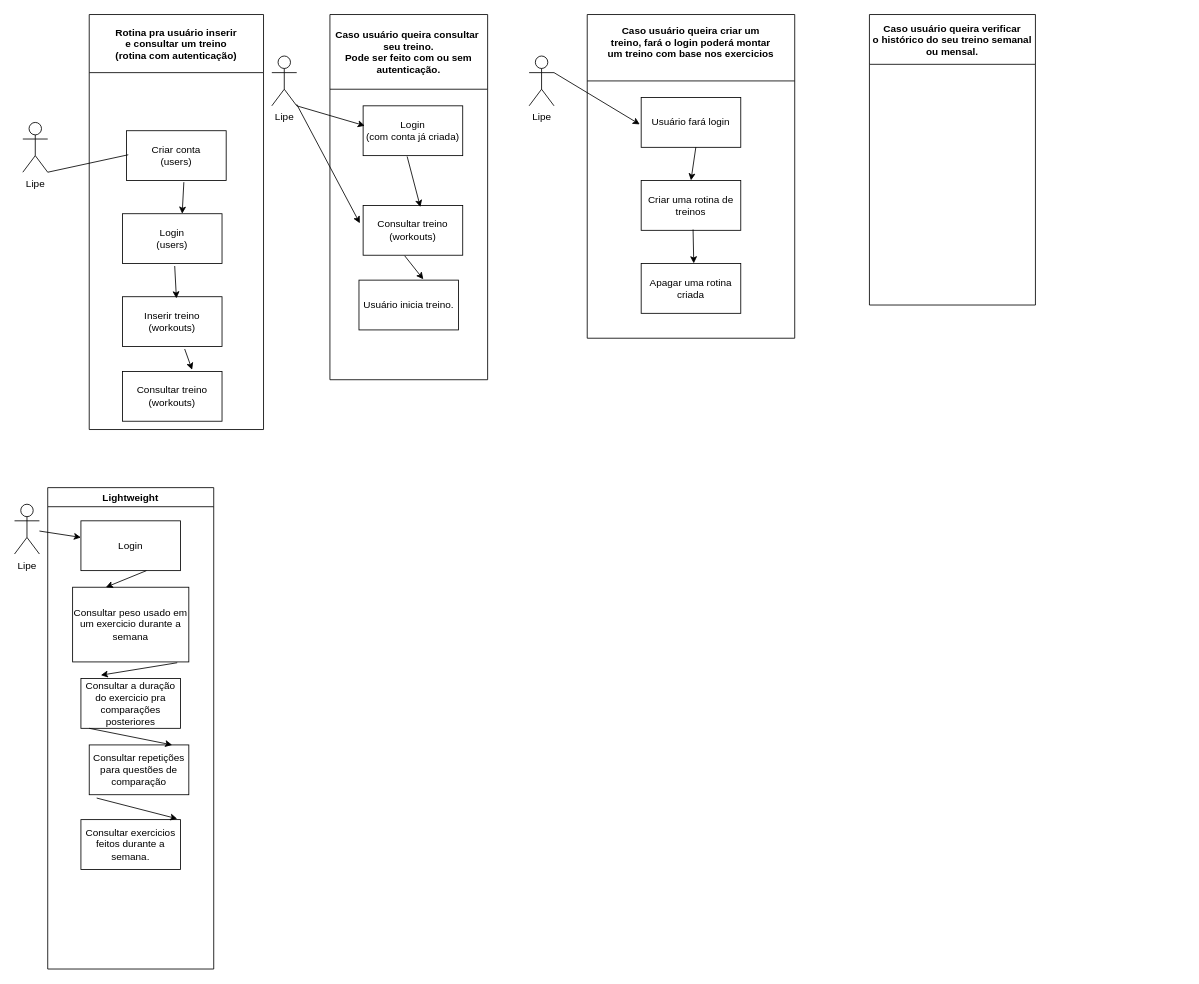
This is Docs/Database/Untitled Diagram.drawio from Guilherme-Lopes-dev/Lightweight, a draw.io file, before an edit. Source tidied: cells renumbered, new cells numbered last; positions are measured from the earlier drawing's top-left corner, leaving out a move shared by most shapes. Both pictures are drawn from the tidied source at 83%, with x=0, y=0 at pixel (14, 14).
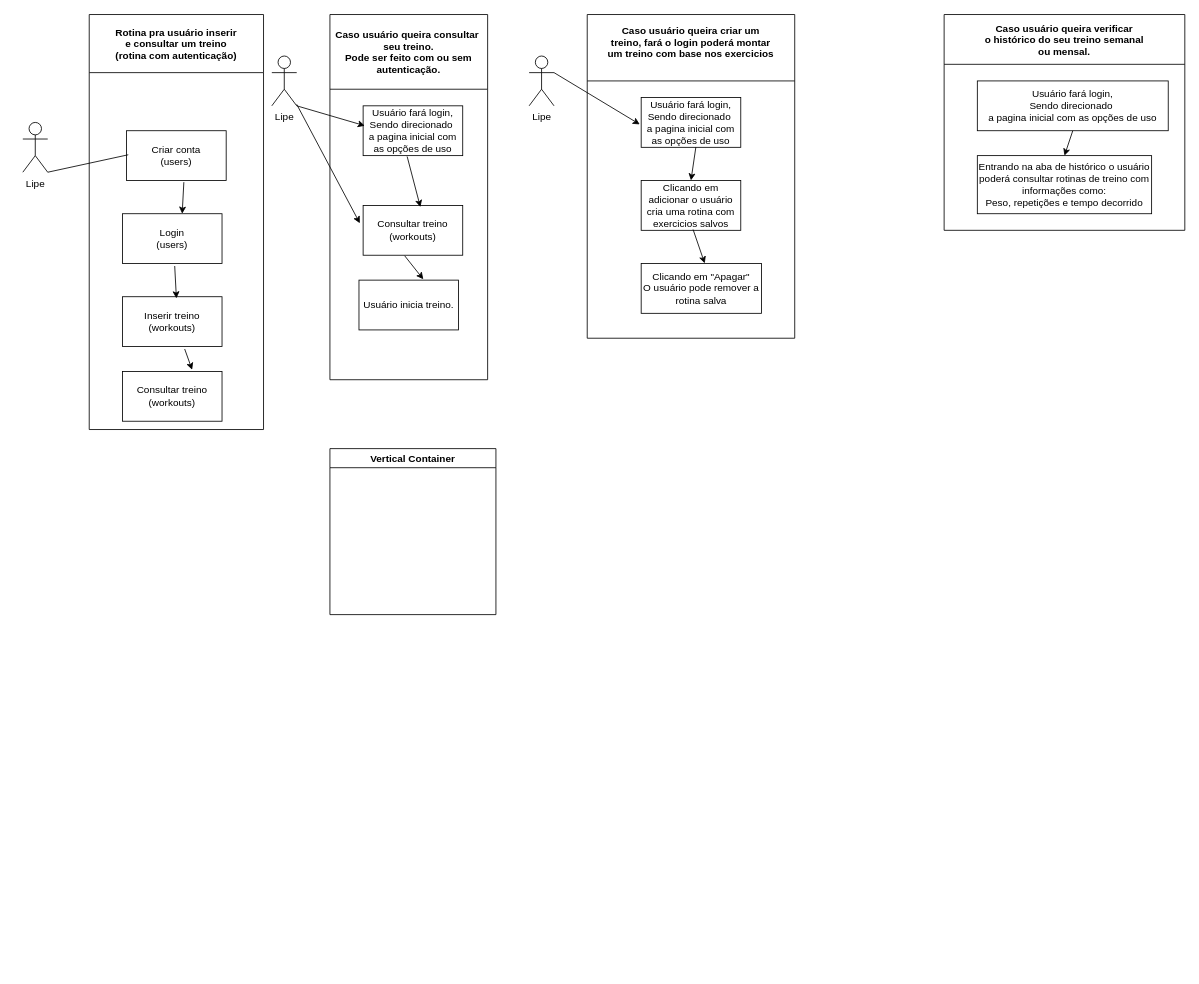
The same page after the edit.

The change refers to these unchanged cells:
```xml
<mxCell id="13" value="Caso usuário queira consultar &#10;seu treino.&#10;Pode ser feito com ou sem&#10;autenticação." style="swimlane;startSize=90;" parent="1" vertex="1">
  <mxGeometry x="380" width="190" height="440" as="geometry" />
</mxCell>
<mxCell id="32" value="Caso usuário queira criar um&#10;treino, fará o login poderá montar&#10;um treino com base nos exercicios&#10;" style="swimlane;startSize=80;" parent="1" vertex="1">
  <mxGeometry x="690" width="250" height="390" as="geometry" />
</mxCell>
```

The edit, as a diff of the source:
```diff
@@
-    <mxCell id="14" value="Login&lt;br&gt;(com conta já criada)&lt;br&gt;" style="rounded=0;whiteSpace=wrap;html=1;" parent="13" vertex="1">
+    <mxCell id="14" value="Usuário fará login,&lt;br&gt;Sendo direcionado&amp;nbsp;&lt;br&gt;a pagina inicial com as opções de uso" style="rounded=0;whiteSpace=wrap;html=1;" parent="13" vertex="1">
       <mxGeometry x="40" y="110" width="120" height="60" as="geometry" />
     </mxCell>
@@
-    <mxCell id="20" value="Lipe&lt;br&gt;" style="shape=umlActor;verticalLabelPosition=bottom;verticalAlign=top;html=1;outlineConnect=0;" parent="1" vertex="1">
-      <mxGeometry y="590" width="30" height="60" as="geometry" />
-    </mxCell>
-    <mxCell id="21" value="Lightweight" style="swimlane;startSize=23;" parent="1" vertex="1">
-      <mxGeometry x="40" y="570" width="200" height="580" as="geometry" />
-    </mxCell>
-    <mxCell id="22" value="Login" style="rounded=0;whiteSpace=wrap;html=1;" parent="21" vertex="1">
-      <mxGeometry x="40" y="40" width="120" height="60" as="geometry" />
-    </mxCell>
-    <mxCell id="23" value="Consultar peso usado em um exercicio durante a semana&lt;br&gt;" style="rounded=0;whiteSpace=wrap;html=1;" parent="21" vertex="1">
-      <mxGeometry x="30" y="120" width="140" height="90" as="geometry" />
-    </mxCell>
-    <mxCell id="24" value="Consultar a duração do exercicio pra comparações posteriores" style="rounded=0;whiteSpace=wrap;html=1;" parent="21" vertex="1">
-      <mxGeometry x="40" y="230" width="120" height="60" as="geometry" />
-    </mxCell>
-    <mxCell id="25" value="Consultar repetições para questões de comparação" style="rounded=0;whiteSpace=wrap;html=1;" parent="21" vertex="1">
-      <mxGeometry x="50" y="310" width="120" height="60" as="geometry" />
-    </mxCell>
-    <mxCell id="26" value="Consultar exercicios feitos durante a semana." style="rounded=0;whiteSpace=wrap;html=1;" parent="21" vertex="1">
-      <mxGeometry x="40" y="400" width="120" height="60" as="geometry" />
-    </mxCell>
-    <mxCell id="27" style="endArrow=classic;html=1;rounded=0;exitX=0.658;exitY=1;exitDx=0;exitDy=0;exitPerimeter=0;entryX=0.286;entryY=0;entryDx=0;entryDy=0;entryPerimeter=0;" parent="21" edge="1" source="22" target="23">
-      <mxGeometry relative="1" as="geometry" />
-    </mxCell>
-    <mxCell id="28" style="endArrow=classic;html=1;rounded=0;exitX=0.9;exitY=1.011;exitDx=0;exitDy=0;exitPerimeter=0;entryX=0.2;entryY=-0.067;entryDx=0;entryDy=0;entryPerimeter=0;" parent="21" edge="1" source="23" target="24">
-      <mxGeometry relative="1" as="geometry" />
-    </mxCell>
-    <mxCell id="29" style="endArrow=classic;html=1;rounded=0;exitX=0.083;exitY=1;exitDx=0;exitDy=0;exitPerimeter=0;entryX=0.833;entryY=0;entryDx=0;entryDy=0;entryPerimeter=0;" parent="21" edge="1" source="24" target="25">
-      <mxGeometry relative="1" as="geometry" />
-    </mxCell>
-    <mxCell id="30" style="endArrow=classic;html=1;rounded=0;entryX=0.967;entryY=-0.017;entryDx=0;entryDy=0;entryPerimeter=0;exitX=0.075;exitY=1.067;exitDx=0;exitDy=0;exitPerimeter=0;" parent="21" edge="1" source="25" target="26">
-      <mxGeometry relative="1" as="geometry" />
-    </mxCell>
-    <mxCell id="31" style="endArrow=classic;html=1;rounded=0;" parent="1" edge="1" source="20">
-      <mxGeometry relative="1" as="geometry">
-        <mxPoint x="80" y="630" as="targetPoint" />
-      </mxGeometry>
-    </mxCell>
@@
-    <mxCell id="33" value="Usuário fará login" style="rounded=0;whiteSpace=wrap;html=1;gradientColor=none;" parent="32" vertex="1">
+    <mxCell id="33" value="Usuário fará login,&lt;br&gt;Sendo direcionado&amp;nbsp;&lt;br&gt;a pagina inicial com as opções de uso" style="rounded=0;whiteSpace=wrap;html=1;gradientColor=none;" parent="32" vertex="1">
       <mxGeometry x="65" y="100" width="120" height="60" as="geometry" />
     </mxCell>
-    <mxCell id="34" value="Criar uma rotina de treinos" style="rounded=0;whiteSpace=wrap;html=1;" parent="32" vertex="1">
+    <mxCell id="34" value="Clicando em adicionar o usuário cria uma rotina com exercicios salvos" style="rounded=0;whiteSpace=wrap;html=1;" parent="32" vertex="1">
       <mxGeometry x="65" y="200" width="120" height="60" as="geometry" />
     </mxCell>
-    <mxCell id="35" value="Apagar uma rotina criada" style="rounded=0;whiteSpace=wrap;html=1;" parent="32" vertex="1">
-      <mxGeometry x="65" y="300" width="120" height="60" as="geometry" />
+    <mxCell id="35" value="Clicando em &quot;Apagar&quot;&lt;br&gt;O usuário pode remover a rotina salva" style="rounded=0;whiteSpace=wrap;html=1;" parent="32" vertex="1">
+      <mxGeometry x="65" y="300" width="145" height="60" as="geometry" />
     </mxCell>
@@
     <mxCell id="41" value="Caso usuário queira verificar&#10;o histórico do seu treino semanal&#10;ou mensal." style="swimlane;rounded=0;gradientColor=none;startSize=60;" parent="1" vertex="1">
-      <mxGeometry x="1030" width="200" height="350" as="geometry" />
+      <mxGeometry x="1120" width="290" height="260" as="geometry" />
     </mxCell>
+    <mxCell id="42" value="Usuário fará login,&lt;br&gt;Sendo direcionado&amp;nbsp;&lt;br&gt;a pagina inicial com as opções de uso" style="rounded=0;whiteSpace=wrap;html=1;" parent="41" vertex="1">
+      <mxGeometry x="40" y="80" width="230" height="60" as="geometry" />
+    </mxCell>
+    <mxCell id="43" value="Entrando na aba de histórico o usuário poderá consultar rotinas de treino com informações como:&lt;br&gt;Peso, repetições e tempo decorrido" style="rounded=0;whiteSpace=wrap;html=1;" parent="41" vertex="1">
+      <mxGeometry x="40" y="170" width="210" height="70" as="geometry" />
+    </mxCell>
+    <mxCell id="44" style="endArrow=classic;html=1;rounded=0;exitX=0.5;exitY=1;exitDx=0;exitDy=0;entryX=0.5;entryY=0;entryDx=0;entryDy=0;" parent="41" edge="1" source="42" target="43">
+      <mxGeometry relative="1" as="geometry" />
+    </mxCell>
+    <mxCell id="45" value="Vertical Container" style="swimlane;" parent="1" vertex="1">
+      <mxGeometry x="380" y="523" width="200" height="200" as="geometry" />
+    </mxCell>
```
